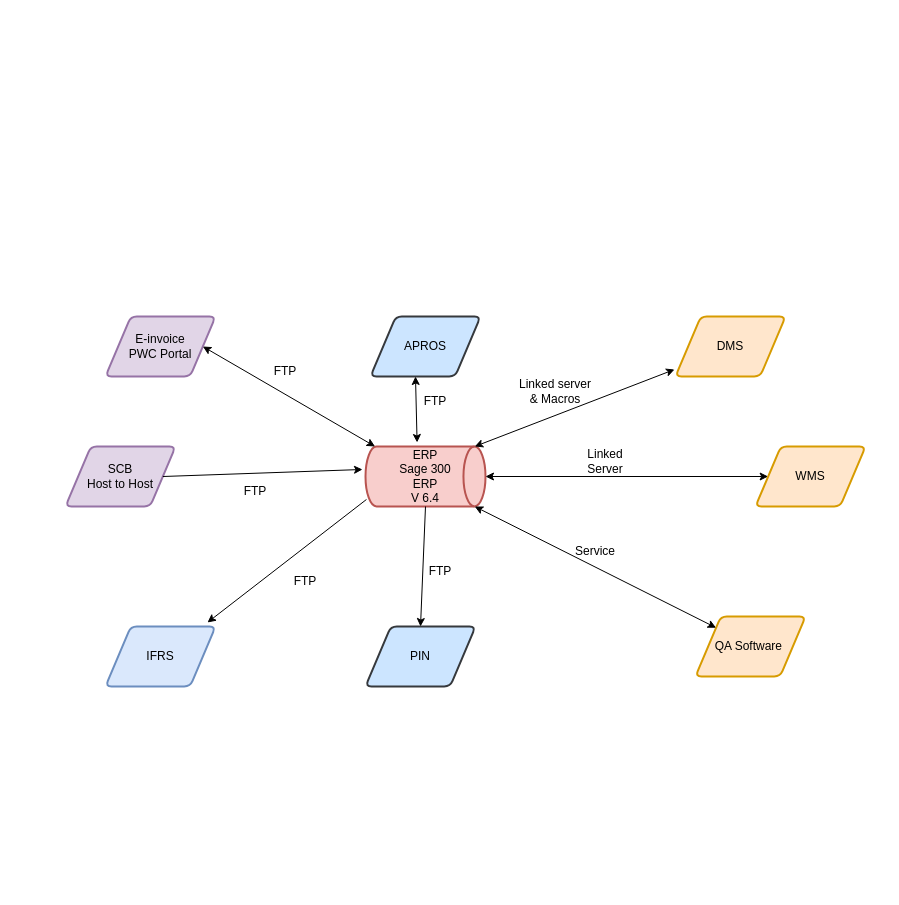
The draw.io diagram Accpac Flow.drawio in Gowthamguru/demo, before the edit. Source tidied: cells renumbered, new cells numbered last; positions are measured from the earlier drawing's top-left corner, leaving out a move shared by most shapes. Both pictures are drawn from the tidied source at 100%, with x=0, y=0 at pixel (65, 316).
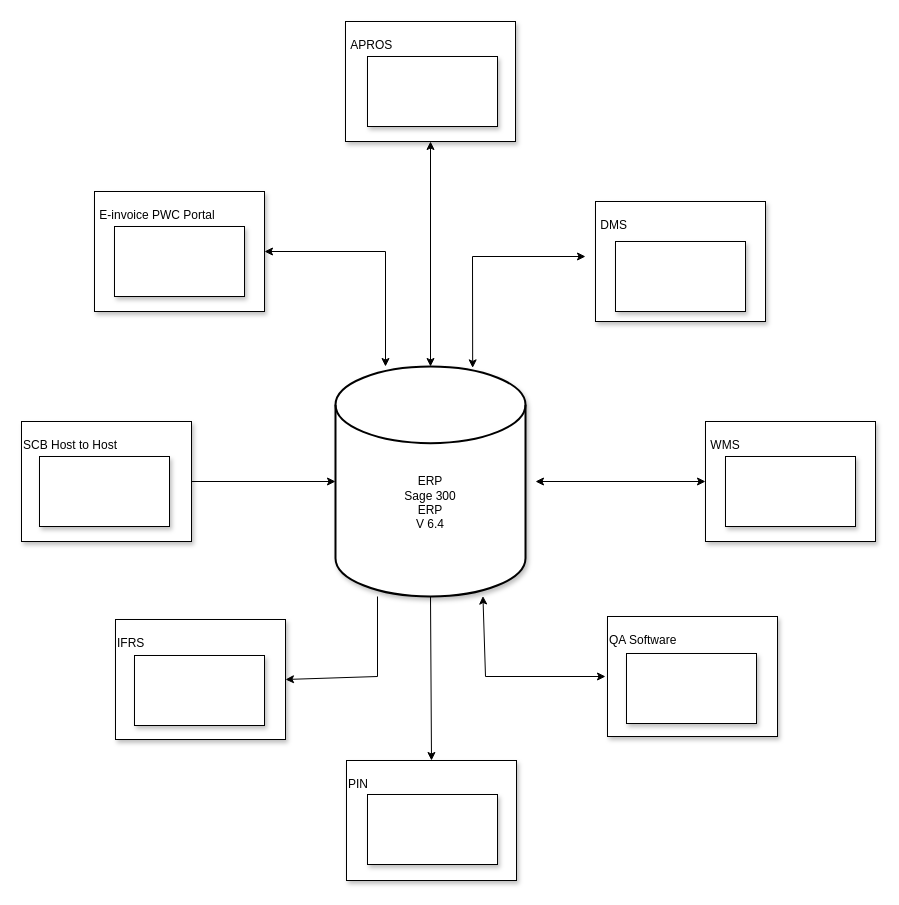
After the change.

Change to the diagram source:
```diff
@@
-    <mxCell id="2" value="ERP&lt;br&gt;Sage 300&lt;br&gt;ERP&lt;br&gt;V 6.4" style="strokeWidth=2;html=1;shape=mxgraph.flowchart.direct_data;whiteSpace=wrap;fillColor=#f8cecc;strokeColor=#b85450;" parent="1" vertex="1">
-      <mxGeometry x="300" y="130" width="120" height="60" as="geometry" />
-    </mxCell>
-    <mxCell id="3" value="E-invoice&lt;br&gt;PWC Portal" style="shape=parallelogram;html=1;strokeWidth=2;perimeter=parallelogramPerimeter;whiteSpace=wrap;rounded=1;arcSize=12;size=0.23;fillColor=#e1d5e7;strokeColor=#9673a6;" parent="1" vertex="1">
-      <mxGeometry x="40" width="110" height="60" as="geometry" />
-    </mxCell>
-    <mxCell id="4" style="endArrow=classic;startArrow=classic;html=1;rounded=0;entryX=1;entryY=0.5;entryDx=0;entryDy=0;exitX=0.08;exitY=0;exitDx=0;exitDy=0;exitPerimeter=0;" parent="1" edge="1" source="2" target="3">
-      <mxGeometry relative="1" as="geometry" />
-    </mxCell>
-    <mxCell id="5" value="FTP" style="text;html=1;strokeColor=none;fillColor=none;align=center;verticalAlign=middle;whiteSpace=wrap;rounded=0;" parent="1" vertex="1">
-      <mxGeometry x="190" y="40" width="60" height="30" as="geometry" />
-    </mxCell>
-    <mxCell id="6" value="APROS" style="shape=parallelogram;html=1;strokeWidth=2;perimeter=parallelogramPerimeter;whiteSpace=wrap;rounded=1;arcSize=12;size=0.23;fillColor=#cce5ff;strokeColor=#36393d;" parent="1" vertex="1">
-      <mxGeometry x="305" width="110" height="60" as="geometry" />
-    </mxCell>
-    <mxCell id="7" style="endArrow=classic;startArrow=classic;html=1;rounded=0;entryX=0.409;entryY=1;entryDx=0;entryDy=0;exitX=0.43;exitY=-0.067;exitDx=0;exitDy=0;exitPerimeter=0;entryPerimeter=0;" parent="1" edge="1" source="2" target="6">
-      <mxGeometry relative="1" as="geometry" />
-    </mxCell>
-    <mxCell id="8" value="FTP" style="text;html=1;strokeColor=none;fillColor=none;align=center;verticalAlign=middle;whiteSpace=wrap;rounded=0;" parent="1" vertex="1">
-      <mxGeometry x="340" y="70" width="60" height="30" as="geometry" />
-    </mxCell>
-    <mxCell id="9" value="DMS" style="shape=parallelogram;html=1;strokeWidth=2;perimeter=parallelogramPerimeter;whiteSpace=wrap;rounded=1;arcSize=12;size=0.23;fillColor=#ffe6cc;strokeColor=#d79b00;" parent="1" vertex="1">
-      <mxGeometry x="610" width="110" height="60" as="geometry" />
-    </mxCell>
-    <mxCell id="10" value="WMS" style="shape=parallelogram;html=1;strokeWidth=2;perimeter=parallelogramPerimeter;whiteSpace=wrap;rounded=1;arcSize=12;size=0.23;fillColor=#ffe6cc;strokeColor=#d79b00;" parent="1" vertex="1">
-      <mxGeometry x="690" y="130" width="110" height="60" as="geometry" />
-    </mxCell>
-    <mxCell id="11" value="QA Software&amp;nbsp;" style="shape=parallelogram;html=1;strokeWidth=2;perimeter=parallelogramPerimeter;whiteSpace=wrap;rounded=1;arcSize=12;size=0.23;fillColor=#ffe6cc;strokeColor=#d79b00;" parent="1" vertex="1">
-      <mxGeometry x="630" y="300" width="110" height="60" as="geometry" />
-    </mxCell>
-    <mxCell id="12" value="PIN" style="shape=parallelogram;html=1;strokeWidth=2;perimeter=parallelogramPerimeter;whiteSpace=wrap;rounded=1;arcSize=12;size=0.23;fillColor=#cce5ff;strokeColor=#36393d;" parent="1" vertex="1">
-      <mxGeometry x="300" y="310" width="110" height="60" as="geometry" />
-    </mxCell>
-    <mxCell id="13" value="IFRS" style="shape=parallelogram;html=1;strokeWidth=2;perimeter=parallelogramPerimeter;whiteSpace=wrap;rounded=1;arcSize=12;size=0.23;fillColor=#dae8fc;strokeColor=#6c8ebf;" parent="1" vertex="1">
-      <mxGeometry x="40" y="310" width="110" height="60" as="geometry" />
-    </mxCell>
-    <mxCell id="14" value="SCB&lt;br&gt;Host to Host" style="shape=parallelogram;html=1;strokeWidth=2;perimeter=parallelogramPerimeter;whiteSpace=wrap;rounded=1;arcSize=12;size=0.23;fillColor=#e1d5e7;strokeColor=#9673a6;" parent="1" vertex="1">
-      <mxGeometry y="130" width="110" height="60" as="geometry" />
-    </mxCell>
-    <mxCell id="15" style="endArrow=classic;startArrow=classic;html=1;rounded=0;exitX=0.91;exitY=0;exitDx=0;exitDy=0;exitPerimeter=0;entryX=-0.009;entryY=0.883;entryDx=0;entryDy=0;entryPerimeter=0;" parent="1" edge="1" source="2" target="9">
-      <mxGeometry relative="1" as="geometry" />
+    <mxCell id="15" style="endArrow=classic;startArrow=classic;html=1;rounded=0;exitX=0.722;exitY=0.006;exitDx=0;exitDy=0;exitPerimeter=0;" parent="1" edge="1" source="2">
+      <mxGeometry relative="1" as="geometry">
+        <mxPoint x="520" y="-60" as="targetPoint" />
+        <Array as="points">
+          <mxPoint x="407" y="-60" />
+        </Array>
+      </mxGeometry>
     </mxCell>
-    <mxCell id="16" style="endArrow=classic;startArrow=classic;html=1;rounded=0;entryX=0;entryY=0.5;entryDx=0;entryDy=0;exitX=1;exitY=0.5;exitDx=0;exitDy=0;exitPerimeter=0;" parent="1" edge="1" source="2" target="10">
-      <mxGeometry relative="1" as="geometry" />
+    <mxCell id="16" style="endArrow=classic;startArrow=classic;html=1;rounded=0;entryX=0;entryY=0.5;entryDx=0;entryDy=0;" parent="1" edge="1" target="10">
+      <mxGeometry relative="1" as="geometry">
+        <mxPoint x="470" y="165" as="sourcePoint" />
+      </mxGeometry>
     </mxCell>
-    <mxCell id="17" style="endArrow=classic;startArrow=classic;html=1;rounded=0;entryX=0;entryY=0;entryDx=0;entryDy=0;exitX=0.91;exitY=1;exitDx=0;exitDy=0;exitPerimeter=0;" parent="1" edge="1" source="2" target="11">
-      <mxGeometry relative="1" as="geometry" />
-    </mxCell>
-    <mxCell id="18" value="FTP" style="text;html=1;strokeColor=none;fillColor=none;align=center;verticalAlign=middle;whiteSpace=wrap;rounded=0;" parent="1" vertex="1">
-      <mxGeometry x="160" y="160" width="60" height="30" as="geometry" />
-    </mxCell>
-    <mxCell id="19" value="FTP" style="text;html=1;strokeColor=none;fillColor=none;align=center;verticalAlign=middle;whiteSpace=wrap;rounded=0;" parent="1" vertex="1">
-      <mxGeometry x="210" y="250" width="60" height="30" as="geometry" />
-    </mxCell>
-    <mxCell id="20" value="FTP" style="text;html=1;strokeColor=none;fillColor=none;align=center;verticalAlign=middle;whiteSpace=wrap;rounded=0;" parent="1" vertex="1">
-      <mxGeometry x="345" y="240" width="60" height="30" as="geometry" />
-    </mxCell>
-    <mxCell id="21" value="Service" style="text;html=1;strokeColor=none;fillColor=none;align=center;verticalAlign=middle;whiteSpace=wrap;rounded=0;" parent="1" vertex="1">
-      <mxGeometry x="500" y="220" width="60" height="30" as="geometry" />
-    </mxCell>
-    <mxCell id="22" value="Linked Server" style="text;html=1;strokeColor=none;fillColor=none;align=center;verticalAlign=middle;whiteSpace=wrap;rounded=0;" parent="1" vertex="1">
-      <mxGeometry x="510" y="130" width="60" height="30" as="geometry" />
-    </mxCell>
-    <mxCell id="23" value="Linked server &amp;amp; Macros" style="text;html=1;strokeColor=none;fillColor=none;align=center;verticalAlign=middle;whiteSpace=wrap;rounded=0;" parent="1" vertex="1">
-      <mxGeometry x="450" y="60" width="80" height="30" as="geometry" />
-    </mxCell>
-    <mxCell id="24" style="endArrow=classic;html=1;rounded=0;entryX=-0.025;entryY=0.383;entryDx=0;entryDy=0;entryPerimeter=0;exitX=1;exitY=0.5;exitDx=0;exitDy=0;" parent="1" edge="1" source="14" target="2">
+    <mxCell id="24" style="endArrow=classic;html=1;rounded=0;exitX=1;exitY=0.5;exitDx=0;exitDy=0;entryX=0;entryY=0.5;entryDx=0;entryDy=0;entryPerimeter=0;" parent="1" edge="1" source="14" target="2">
       <mxGeometry relative="1" as="geometry" />
     </mxCell>
-    <mxCell id="25" style="endArrow=classic;html=1;rounded=0;entryX=0.927;entryY=-0.067;entryDx=0;entryDy=0;exitX=0.008;exitY=0.883;exitDx=0;exitDy=0;exitPerimeter=0;entryPerimeter=0;" parent="1" edge="1" source="2" target="13">
-      <mxGeometry relative="1" as="geometry" />
+    <mxCell id="25" style="endArrow=classic;html=1;rounded=0;exitX=0.221;exitY=1;exitDx=0;exitDy=0;exitPerimeter=0;entryX=1;entryY=0.5;entryDx=0;entryDy=0;" parent="1" edge="1" source="2" target="13">
+      <mxGeometry relative="1" as="geometry">
+        <Array as="points">
+          <mxPoint x="312" y="360" />
+        </Array>
+      </mxGeometry>
     </mxCell>
@@
+    <mxCell id="3" value="&lt;blockquote style=&quot;margin: 0 0 0 40px; border: none; padding: 0px;&quot;&gt;&lt;span style=&quot;font-size: 10px;&quot;&gt;&amp;nbsp; &amp;nbsp; &amp;nbsp; &amp;nbsp; &amp;nbsp;&amp;nbsp;&lt;/span&gt;&lt;/blockquote&gt;&lt;span style=&quot;text-align: center;&quot;&gt;&amp;nbsp;E-invoice&amp;nbsp;&lt;/span&gt;&lt;span style=&quot;text-align: center;&quot;&gt;PWC Portal&lt;br&gt;&lt;br&gt;&lt;br&gt;&lt;/span&gt;&lt;blockquote style=&quot;margin: 0 0 0 40px; border: none; padding: 0px;&quot;&gt;&lt;span style=&quot;font-size: 10px;&quot;&gt;&amp;nbsp; &amp;nbsp; &amp;nbsp; &amp;nbsp; &amp;nbsp; &amp;nbsp; &amp;nbsp; &amp;nbsp; &amp;nbsp; &amp;nbsp; &amp;nbsp; &amp;nbsp; &amp;nbsp; &amp;nbsp; &amp;nbsp; &amp;nbsp; &amp;nbsp; &amp;nbsp; &amp;nbsp; &amp;nbsp; &amp;nbsp; &amp;nbsp; &amp;nbsp; &amp;nbsp; &amp;nbsp; &amp;nbsp; &amp;nbsp; &amp;nbsp; &amp;nbsp; &amp;nbsp; &amp;nbsp; &amp;nbsp; &amp;nbsp; &amp;nbsp; &amp;nbsp; &amp;nbsp; &amp;nbsp; &amp;nbsp; &amp;nbsp; &amp;nbsp; &amp;nbsp; &amp;nbsp; &amp;nbsp; &amp;nbsp; &amp;nbsp; &amp;nbsp; &amp;nbsp; &amp;nbsp; &amp;nbsp; &amp;nbsp; &amp;nbsp; &amp;nbsp; &amp;nbsp; &amp;nbsp; &amp;nbsp; &amp;nbsp; &amp;nbsp; &amp;nbsp; &amp;nbsp; &amp;nbsp; &amp;nbsp; &amp;nbsp; &amp;nbsp; &amp;nbsp; &amp;nbsp; &amp;nbsp; &amp;nbsp; &amp;nbsp; &amp;nbsp; &amp;nbsp; &amp;nbsp; &amp;nbsp; &amp;nbsp;&amp;nbsp;&lt;/span&gt;&lt;/blockquote&gt;" style="rounded=0;whiteSpace=wrap;html=1;strokeColor=#000000;shadow=1;align=left;" parent="1" vertex="1">
+      <mxGeometry x="29" y="-125" width="170" height="120" as="geometry" />
+    </mxCell>
+    <mxCell id="27" style="rounded=0;whiteSpace=wrap;html=1;shadow=1;strokeColor=#000000;" parent="1" vertex="1">
+      <mxGeometry x="49" y="-90" width="130" height="70" as="geometry" />
+    </mxCell>
+    <mxCell id="14" value="&lt;blockquote style=&quot;margin: 0 0 0 40px; border: none; padding: 0px;&quot;&gt;&lt;span style=&quot;font-size: 10px;&quot;&gt;&amp;nbsp; &amp;nbsp; &amp;nbsp; &amp;nbsp; &amp;nbsp;&amp;nbsp;&lt;/span&gt;&lt;/blockquote&gt;&lt;span style=&quot;text-align: center;&quot;&gt;&amp;nbsp;&lt;/span&gt;&lt;span style=&quot;text-align: center;&quot;&gt;&lt;br&gt;&lt;/span&gt;&lt;span style=&quot;text-align: center;&quot;&gt;SCB&amp;nbsp;&lt;/span&gt;&lt;span style=&quot;text-align: center;&quot;&gt;Host to Host&lt;br&gt;&lt;br&gt;&lt;/span&gt;&lt;span style=&quot;text-align: center;&quot;&gt;&lt;br&gt;&lt;br&gt;&lt;/span&gt;&lt;blockquote style=&quot;margin: 0 0 0 40px; border: none; padding: 0px;&quot;&gt;&lt;span style=&quot;font-size: 10px;&quot;&gt;&amp;nbsp; &amp;nbsp; &amp;nbsp; &amp;nbsp; &amp;nbsp; &amp;nbsp; &amp;nbsp; &amp;nbsp; &amp;nbsp; &amp;nbsp; &amp;nbsp; &amp;nbsp; &amp;nbsp; &amp;nbsp; &amp;nbsp; &amp;nbsp; &amp;nbsp; &amp;nbsp; &amp;nbsp; &amp;nbsp; &amp;nbsp; &amp;nbsp; &amp;nbsp; &amp;nbsp; &amp;nbsp; &amp;nbsp; &amp;nbsp; &amp;nbsp; &amp;nbsp; &amp;nbsp; &amp;nbsp; &amp;nbsp; &amp;nbsp; &amp;nbsp; &amp;nbsp; &amp;nbsp; &amp;nbsp; &amp;nbsp; &amp;nbsp; &amp;nbsp; &amp;nbsp; &amp;nbsp; &amp;nbsp; &amp;nbsp; &amp;nbsp; &amp;nbsp; &amp;nbsp; &amp;nbsp; &amp;nbsp; &amp;nbsp; &amp;nbsp; &amp;nbsp; &amp;nbsp; &amp;nbsp; &amp;nbsp; &amp;nbsp; &amp;nbsp; &amp;nbsp; &amp;nbsp; &amp;nbsp; &amp;nbsp; &amp;nbsp; &amp;nbsp; &amp;nbsp; &amp;nbsp; &amp;nbsp; &amp;nbsp; &amp;nbsp; &amp;nbsp; &amp;nbsp; &amp;nbsp; &amp;nbsp; &amp;nbsp;&amp;nbsp;&lt;/span&gt;&lt;/blockquote&gt;" style="rounded=0;whiteSpace=wrap;html=1;strokeColor=#000000;shadow=1;align=left;" parent="1" vertex="1">
+      <mxGeometry x="-44" y="105" width="170" height="120" as="geometry" />
+    </mxCell>
+    <mxCell id="28" style="rounded=0;whiteSpace=wrap;html=1;shadow=1;strokeColor=#000000;" parent="1" vertex="1">
+      <mxGeometry x="-26" y="140" width="130" height="70" as="geometry" />
+    </mxCell>
+    <mxCell id="2" value="&lt;span style=&quot;&quot;&gt;&lt;br&gt;&lt;br&gt;&lt;br&gt;ERP&lt;/span&gt;&lt;br style=&quot;&quot;&gt;&lt;span style=&quot;&quot;&gt;Sage 300&lt;/span&gt;&lt;br style=&quot;&quot;&gt;&lt;span style=&quot;&quot;&gt;ERP&lt;/span&gt;&lt;br style=&quot;&quot;&gt;&lt;span style=&quot;&quot;&gt;V 6.4&lt;/span&gt;" style="strokeWidth=2;html=1;shape=mxgraph.flowchart.database;whiteSpace=wrap;shadow=1;" parent="1" vertex="1">
+      <mxGeometry x="270" y="50" width="190" height="230" as="geometry" />
+    </mxCell>
+    <mxCell id="6" value="&lt;blockquote style=&quot;margin: 0 0 0 40px; border: none; padding: 0px;&quot;&gt;&lt;span style=&quot;font-size: 10px;&quot;&gt;&amp;nbsp; &amp;nbsp; &amp;nbsp; &amp;nbsp; &amp;nbsp;&amp;nbsp;&lt;/span&gt;&lt;/blockquote&gt;&lt;span style=&quot;text-align: center;&quot;&gt;&amp;nbsp;APROS&lt;/span&gt;&lt;span style=&quot;text-align: center;&quot;&gt;&lt;br&gt;&lt;br&gt;&lt;br&gt;&lt;/span&gt;&lt;blockquote style=&quot;margin: 0 0 0 40px; border: none; padding: 0px;&quot;&gt;&lt;span style=&quot;font-size: 10px;&quot;&gt;&amp;nbsp; &amp;nbsp; &amp;nbsp; &amp;nbsp; &amp;nbsp; &amp;nbsp; &amp;nbsp; &amp;nbsp; &amp;nbsp; &amp;nbsp; &amp;nbsp; &amp;nbsp; &amp;nbsp; &amp;nbsp; &amp;nbsp; &amp;nbsp; &amp;nbsp; &amp;nbsp; &amp;nbsp; &amp;nbsp; &amp;nbsp; &amp;nbsp; &amp;nbsp; &amp;nbsp; &amp;nbsp; &amp;nbsp; &amp;nbsp; &amp;nbsp; &amp;nbsp; &amp;nbsp; &amp;nbsp; &amp;nbsp; &amp;nbsp; &amp;nbsp; &amp;nbsp; &amp;nbsp; &amp;nbsp; &amp;nbsp; &amp;nbsp; &amp;nbsp; &amp;nbsp; &amp;nbsp; &amp;nbsp; &amp;nbsp; &amp;nbsp; &amp;nbsp; &amp;nbsp; &amp;nbsp; &amp;nbsp; &amp;nbsp; &amp;nbsp; &amp;nbsp; &amp;nbsp; &amp;nbsp; &amp;nbsp; &amp;nbsp; &amp;nbsp; &amp;nbsp; &amp;nbsp; &amp;nbsp; &amp;nbsp; &amp;nbsp; &amp;nbsp; &amp;nbsp; &amp;nbsp; &amp;nbsp; &amp;nbsp; &amp;nbsp; &amp;nbsp; &amp;nbsp; &amp;nbsp; &amp;nbsp; &amp;nbsp;&amp;nbsp;&lt;/span&gt;&lt;/blockquote&gt;" style="rounded=0;whiteSpace=wrap;html=1;strokeColor=#000000;shadow=1;align=left;" parent="1" vertex="1">
+      <mxGeometry x="280" y="-295" width="170" height="120" as="geometry" />
+    </mxCell>
+    <mxCell id="29" style="rounded=0;whiteSpace=wrap;html=1;shadow=1;strokeColor=#000000;" parent="1" vertex="1">
+      <mxGeometry x="302" y="-260" width="130" height="70" as="geometry" />
+    </mxCell>
+    <mxCell id="9" value="&lt;blockquote style=&quot;margin: 0 0 0 40px; border: none; padding: 0px;&quot;&gt;&lt;span style=&quot;font-size: 10px;&quot;&gt;&amp;nbsp; &amp;nbsp; &amp;nbsp; &amp;nbsp; &amp;nbsp;&amp;nbsp;&lt;/span&gt;&lt;/blockquote&gt;&lt;span style=&quot;text-align: center;&quot;&gt;&amp;nbsp;DMS&lt;/span&gt;&lt;span style=&quot;text-align: center;&quot;&gt;&lt;br&gt;&lt;br&gt;&lt;br&gt;&lt;/span&gt;&lt;blockquote style=&quot;margin: 0 0 0 40px; border: none; padding: 0px;&quot;&gt;&lt;span style=&quot;font-size: 10px;&quot;&gt;&amp;nbsp; &amp;nbsp; &amp;nbsp; &amp;nbsp; &amp;nbsp; &amp;nbsp; &amp;nbsp; &amp;nbsp; &amp;nbsp; &amp;nbsp; &amp;nbsp; &amp;nbsp; &amp;nbsp; &amp;nbsp; &amp;nbsp; &amp;nbsp; &amp;nbsp; &amp;nbsp; &amp;nbsp; &amp;nbsp; &amp;nbsp; &amp;nbsp; &amp;nbsp; &amp;nbsp; &amp;nbsp; &amp;nbsp; &amp;nbsp; &amp;nbsp; &amp;nbsp; &amp;nbsp; &amp;nbsp; &amp;nbsp; &amp;nbsp; &amp;nbsp; &amp;nbsp; &amp;nbsp; &amp;nbsp; &amp;nbsp; &amp;nbsp; &amp;nbsp; &amp;nbsp; &amp;nbsp; &amp;nbsp; &amp;nbsp; &amp;nbsp; &amp;nbsp; &amp;nbsp; &amp;nbsp; &amp;nbsp; &amp;nbsp; &amp;nbsp; &amp;nbsp; &amp;nbsp; &amp;nbsp; &amp;nbsp; &amp;nbsp; &amp;nbsp; &amp;nbsp; &amp;nbsp; &amp;nbsp; &amp;nbsp; &amp;nbsp; &amp;nbsp; &amp;nbsp; &amp;nbsp; &amp;nbsp; &amp;nbsp; &amp;nbsp; &amp;nbsp; &amp;nbsp; &amp;nbsp; &amp;nbsp; &amp;nbsp;&amp;nbsp;&lt;/span&gt;&lt;/blockquote&gt;" style="rounded=0;whiteSpace=wrap;html=1;strokeColor=#000000;shadow=1;align=left;" parent="1" vertex="1">
+      <mxGeometry x="530" y="-115" width="170" height="120" as="geometry" />
+    </mxCell>
+    <mxCell id="30" style="rounded=0;whiteSpace=wrap;html=1;shadow=1;strokeColor=#000000;" parent="1" vertex="1">
+      <mxGeometry x="550" y="-75" width="130" height="70" as="geometry" />
+    </mxCell>
+    <mxCell id="10" value="&lt;blockquote style=&quot;margin: 0 0 0 40px; border: none; padding: 0px;&quot;&gt;&lt;span style=&quot;font-size: 10px;&quot;&gt;&amp;nbsp; &amp;nbsp; &amp;nbsp; &amp;nbsp; &amp;nbsp;&amp;nbsp;&lt;/span&gt;&lt;/blockquote&gt;&lt;span style=&quot;text-align: center;&quot;&gt;&amp;nbsp;WMS&lt;br&gt;&lt;/span&gt;&lt;span style=&quot;text-align: center;&quot;&gt;&lt;br&gt;&lt;br&gt;&lt;/span&gt;&lt;blockquote style=&quot;margin: 0 0 0 40px; border: none; padding: 0px;&quot;&gt;&lt;span style=&quot;font-size: 10px;&quot;&gt;&amp;nbsp; &amp;nbsp; &amp;nbsp; &amp;nbsp; &amp;nbsp; &amp;nbsp; &amp;nbsp; &amp;nbsp; &amp;nbsp; &amp;nbsp; &amp;nbsp; &amp;nbsp; &amp;nbsp; &amp;nbsp; &amp;nbsp; &amp;nbsp; &amp;nbsp; &amp;nbsp; &amp;nbsp; &amp;nbsp; &amp;nbsp; &amp;nbsp; &amp;nbsp; &amp;nbsp; &amp;nbsp; &amp;nbsp; &amp;nbsp; &amp;nbsp; &amp;nbsp; &amp;nbsp; &amp;nbsp; &amp;nbsp; &amp;nbsp; &amp;nbsp; &amp;nbsp; &amp;nbsp; &amp;nbsp; &amp;nbsp; &amp;nbsp; &amp;nbsp; &amp;nbsp; &amp;nbsp; &amp;nbsp; &amp;nbsp; &amp;nbsp; &amp;nbsp; &amp;nbsp; &amp;nbsp; &amp;nbsp; &amp;nbsp; &amp;nbsp; &amp;nbsp; &amp;nbsp; &amp;nbsp; &amp;nbsp; &amp;nbsp; &amp;nbsp; &amp;nbsp; &amp;nbsp; &amp;nbsp; &amp;nbsp; &amp;nbsp; &amp;nbsp; &amp;nbsp; &amp;nbsp; &amp;nbsp; &amp;nbsp; &amp;nbsp; &amp;nbsp; &amp;nbsp; &amp;nbsp; &amp;nbsp; &amp;nbsp;&amp;nbsp;&lt;/span&gt;&lt;/blockquote&gt;" style="rounded=0;whiteSpace=wrap;html=1;strokeColor=#000000;shadow=1;align=left;" parent="1" vertex="1">
+      <mxGeometry x="640" y="105" width="170" height="120" as="geometry" />
+    </mxCell>
+    <mxCell id="31" style="rounded=0;whiteSpace=wrap;html=1;shadow=1;strokeColor=#000000;" parent="1" vertex="1">
+      <mxGeometry x="660" y="140" width="130" height="70" as="geometry" />
+    </mxCell>
+    <mxCell id="32" style="rounded=0;whiteSpace=wrap;html=1;shadow=1;strokeColor=#000000;" parent="1" vertex="1">
+      <mxGeometry x="70" y="320" width="130" height="70" as="geometry" />
+    </mxCell>
+    <mxCell id="33" style="endArrow=classic;startArrow=classic;html=1;rounded=0;entryX=1;entryY=0.5;entryDx=0;entryDy=0;" parent="1" edge="1" target="3">
+      <mxGeometry relative="1" as="geometry">
+        <mxPoint x="320" y="50" as="sourcePoint" />
+        <Array as="points">
+          <mxPoint x="320" y="-65" />
+        </Array>
+      </mxGeometry>
+    </mxCell>
+    <mxCell id="7" style="endArrow=classic;startArrow=classic;html=1;rounded=0;exitX=0.5;exitY=0;exitDx=0;exitDy=0;exitPerimeter=0;entryX=0.5;entryY=1;entryDx=0;entryDy=0;entryPerimeter=0;" parent="1" edge="1" source="2" target="6">
+      <mxGeometry relative="1" as="geometry" />
+    </mxCell>
+    <mxCell id="13" value="&lt;blockquote style=&quot;margin: 0 0 0 40px; border: none; padding: 0px;&quot;&gt;&lt;span style=&quot;font-size: 10px;&quot;&gt;&amp;nbsp; &amp;nbsp; &amp;nbsp; &amp;nbsp; &amp;nbsp;&amp;nbsp;&lt;/span&gt;&lt;/blockquote&gt;&lt;span style=&quot;text-align: center;&quot;&gt;IFRS&lt;br&gt;&lt;/span&gt;&lt;span style=&quot;text-align: center;&quot;&gt;&lt;br&gt;&lt;br&gt;&lt;/span&gt;&lt;blockquote style=&quot;margin: 0 0 0 40px; border: none; padding: 0px;&quot;&gt;&lt;span style=&quot;font-size: 10px;&quot;&gt;&amp;nbsp; &amp;nbsp; &amp;nbsp; &amp;nbsp; &amp;nbsp; &amp;nbsp; &amp;nbsp; &amp;nbsp; &amp;nbsp; &amp;nbsp; &amp;nbsp; &amp;nbsp; &amp;nbsp; &amp;nbsp; &amp;nbsp; &amp;nbsp; &amp;nbsp; &amp;nbsp; &amp;nbsp; &amp;nbsp; &amp;nbsp; &amp;nbsp; &amp;nbsp; &amp;nbsp; &amp;nbsp; &amp;nbsp; &amp;nbsp; &amp;nbsp; &amp;nbsp; &amp;nbsp; &amp;nbsp; &amp;nbsp; &amp;nbsp; &amp;nbsp; &amp;nbsp; &amp;nbsp; &amp;nbsp; &amp;nbsp; &amp;nbsp; &amp;nbsp; &amp;nbsp; &amp;nbsp; &amp;nbsp; &amp;nbsp; &amp;nbsp; &amp;nbsp; &amp;nbsp; &amp;nbsp; &amp;nbsp; &amp;nbsp; &amp;nbsp; &amp;nbsp; &amp;nbsp; &amp;nbsp; &amp;nbsp; &amp;nbsp; &amp;nbsp; &amp;nbsp; &amp;nbsp; &amp;nbsp; &amp;nbsp; &amp;nbsp; &amp;nbsp; &amp;nbsp; &amp;nbsp; &amp;nbsp; &amp;nbsp; &amp;nbsp; &amp;nbsp; &amp;nbsp; &amp;nbsp; &amp;nbsp; &amp;nbsp;&amp;nbsp;&lt;/span&gt;&lt;/blockquote&gt;" style="rounded=0;whiteSpace=wrap;html=1;strokeColor=#000000;shadow=1;align=left;" parent="1" vertex="1">
+      <mxGeometry x="50" y="303" width="170" height="120" as="geometry" />
+    </mxCell>
+    <mxCell id="34" style="rounded=0;whiteSpace=wrap;html=1;shadow=1;strokeColor=#000000;" parent="1" vertex="1">
+      <mxGeometry x="69" y="339" width="130" height="70" as="geometry" />
+    </mxCell>
+    <mxCell id="12" value="&lt;blockquote style=&quot;margin: 0 0 0 40px; border: none; padding: 0px;&quot;&gt;&lt;span style=&quot;font-size: 10px;&quot;&gt;&amp;nbsp; &amp;nbsp; &amp;nbsp; &amp;nbsp; &amp;nbsp;&amp;nbsp;&lt;/span&gt;&lt;/blockquote&gt;&lt;span style=&quot;text-align: center;&quot;&gt;PIN&lt;br&gt;&lt;/span&gt;&lt;span style=&quot;text-align: center;&quot;&gt;&lt;br&gt;&lt;br&gt;&lt;/span&gt;&lt;blockquote style=&quot;margin: 0 0 0 40px; border: none; padding: 0px;&quot;&gt;&lt;span style=&quot;font-size: 10px;&quot;&gt;&amp;nbsp; &amp;nbsp; &amp;nbsp; &amp;nbsp; &amp;nbsp; &amp;nbsp; &amp;nbsp; &amp;nbsp; &amp;nbsp; &amp;nbsp; &amp;nbsp; &amp;nbsp; &amp;nbsp; &amp;nbsp; &amp;nbsp; &amp;nbsp; &amp;nbsp; &amp;nbsp; &amp;nbsp; &amp;nbsp; &amp;nbsp; &amp;nbsp; &amp;nbsp; &amp;nbsp; &amp;nbsp; &amp;nbsp; &amp;nbsp; &amp;nbsp; &amp;nbsp; &amp;nbsp; &amp;nbsp; &amp;nbsp; &amp;nbsp; &amp;nbsp; &amp;nbsp; &amp;nbsp; &amp;nbsp; &amp;nbsp; &amp;nbsp; &amp;nbsp; &amp;nbsp; &amp;nbsp; &amp;nbsp; &amp;nbsp; &amp;nbsp; &amp;nbsp; &amp;nbsp; &amp;nbsp; &amp;nbsp; &amp;nbsp; &amp;nbsp; &amp;nbsp; &amp;nbsp; &amp;nbsp; &amp;nbsp; &amp;nbsp; &amp;nbsp; &amp;nbsp; &amp;nbsp; &amp;nbsp; &amp;nbsp; &amp;nbsp; &amp;nbsp; &amp;nbsp; &amp;nbsp; &amp;nbsp; &amp;nbsp; &amp;nbsp; &amp;nbsp; &amp;nbsp; &amp;nbsp; &amp;nbsp; &amp;nbsp;&amp;nbsp;&lt;/span&gt;&lt;/blockquote&gt;" style="rounded=0;whiteSpace=wrap;html=1;strokeColor=#000000;shadow=1;align=left;" parent="1" vertex="1">
+      <mxGeometry x="281" y="444" width="170" height="120" as="geometry" />
+    </mxCell>
+    <mxCell id="35" style="rounded=0;whiteSpace=wrap;html=1;shadow=1;strokeColor=#000000;" parent="1" vertex="1">
+      <mxGeometry x="302" y="478" width="130" height="70" as="geometry" />
+    </mxCell>
+    <mxCell id="11" value="&lt;blockquote style=&quot;margin: 0 0 0 40px; border: none; padding: 0px;&quot;&gt;&lt;span style=&quot;font-size: 10px;&quot;&gt;&amp;nbsp; &amp;nbsp; &amp;nbsp; &amp;nbsp; &amp;nbsp;&amp;nbsp;&lt;/span&gt;&lt;/blockquote&gt;&lt;span style=&quot;text-align: center;&quot;&gt;QA Software&lt;br&gt;&lt;/span&gt;&lt;span style=&quot;text-align: center;&quot;&gt;&lt;br&gt;&lt;br&gt;&lt;/span&gt;&lt;blockquote style=&quot;margin: 0 0 0 40px; border: none; padding: 0px;&quot;&gt;&lt;span style=&quot;font-size: 10px;&quot;&gt;&amp;nbsp; &amp;nbsp; &amp;nbsp; &amp;nbsp; &amp;nbsp; &amp;nbsp; &amp;nbsp; &amp;nbsp; &amp;nbsp; &amp;nbsp; &amp;nbsp; &amp;nbsp; &amp;nbsp; &amp;nbsp; &amp;nbsp; &amp;nbsp; &amp;nbsp; &amp;nbsp; &amp;nbsp; &amp;nbsp; &amp;nbsp; &amp;nbsp; &amp;nbsp; &amp;nbsp; &amp;nbsp; &amp;nbsp; &amp;nbsp; &amp;nbsp; &amp;nbsp; &amp;nbsp; &amp;nbsp; &amp;nbsp; &amp;nbsp; &amp;nbsp; &amp;nbsp; &amp;nbsp; &amp;nbsp; &amp;nbsp; &amp;nbsp; &amp;nbsp; &amp;nbsp; &amp;nbsp; &amp;nbsp; &amp;nbsp; &amp;nbsp; &amp;nbsp; &amp;nbsp; &amp;nbsp; &amp;nbsp; &amp;nbsp; &amp;nbsp; &amp;nbsp; &amp;nbsp; &amp;nbsp; &amp;nbsp; &amp;nbsp; &amp;nbsp; &amp;nbsp; &amp;nbsp; &amp;nbsp; &amp;nbsp; &amp;nbsp; &amp;nbsp; &amp;nbsp; &amp;nbsp; &amp;nbsp; &amp;nbsp; &amp;nbsp; &amp;nbsp; &amp;nbsp; &amp;nbsp; &amp;nbsp; &amp;nbsp;&amp;nbsp;&lt;/span&gt;&lt;/blockquote&gt;" style="rounded=0;whiteSpace=wrap;html=1;strokeColor=#000000;shadow=1;align=left;" parent="1" vertex="1">
+      <mxGeometry x="542" y="300" width="170" height="120" as="geometry" />
+    </mxCell>
+    <mxCell id="36" style="rounded=0;whiteSpace=wrap;html=1;shadow=1;strokeColor=#000000;" parent="1" vertex="1">
+      <mxGeometry x="561" y="337" width="130" height="70" as="geometry" />
+    </mxCell>
+    <mxCell id="37" style="endArrow=classic;startArrow=classic;html=1;rounded=0;exitX=0.776;exitY=0.998;exitDx=0;exitDy=0;exitPerimeter=0;" parent="1" edge="1" source="2">
+      <mxGeometry relative="1" as="geometry">
+        <mxPoint x="540" y="360" as="targetPoint" />
+        <Array as="points">
+          <mxPoint x="420" y="360" />
+        </Array>
+      </mxGeometry>
+    </mxCell>
```
